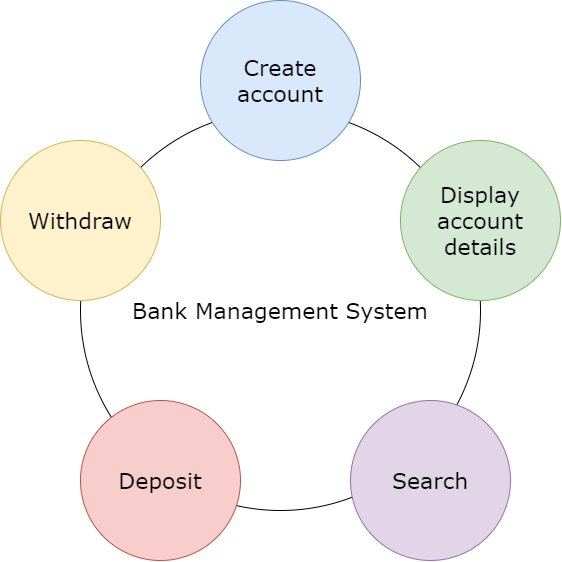
Before: 1_Requirements/system.png, a diagram exported from draw.io (priyankabb153/LTTS_Mini_project). Source tidied: cells renumbered, new cells last; positions are measured from the earlier drawing's top-left corner, leaving out a move shared by most shapes.
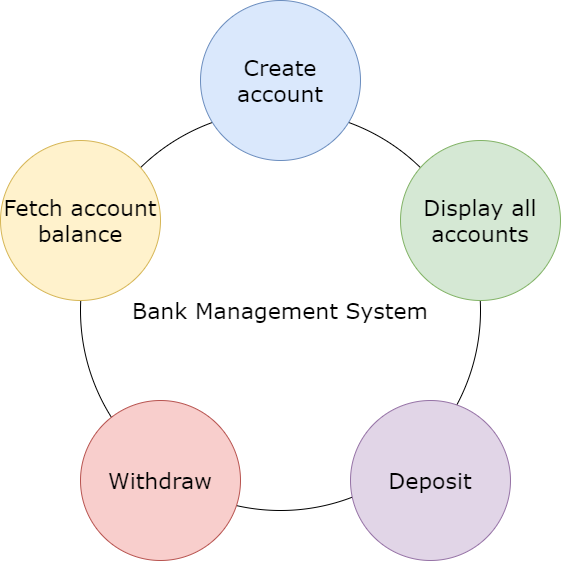
Above is the later version.

Diff of the diagram source:
```diff
@@ -8,16 +8,16 @@
     <mxCell id="3" value="Create account" style="ellipse;whiteSpace=wrap;html=1;rounded=0;shadow=0;dashed=0;comic=0;fontFamily=Verdana;fontSize=22;fillColor=#dae8fc;strokeColor=#6c8ebf;" parent="1" vertex="1">
       <mxGeometry x="200" width="160" height="160" as="geometry" />
     </mxCell>
-    <mxCell id="4" value="Withdraw" style="ellipse;whiteSpace=wrap;html=1;rounded=0;shadow=0;dashed=0;comic=0;fontFamily=Verdana;fontSize=22;fillColor=#fff2cc;strokeColor=#d6b656;" parent="1" vertex="1">
+    <mxCell id="4" value="Fetch account balance" style="ellipse;whiteSpace=wrap;html=1;rounded=0;shadow=0;dashed=0;comic=0;fontFamily=Verdana;fontSize=22;fillColor=#fff2cc;strokeColor=#d6b656;" parent="1" vertex="1">
       <mxGeometry y="140" width="160" height="160" as="geometry" />
     </mxCell>
-    <mxCell id="5" value="Display account details" style="ellipse;whiteSpace=wrap;html=1;rounded=0;shadow=0;dashed=0;comic=0;fontFamily=Verdana;fontSize=22;fillColor=#d5e8d4;strokeColor=#82b366;" parent="1" vertex="1">
+    <mxCell id="5" value="Display all accounts" style="ellipse;whiteSpace=wrap;html=1;rounded=0;shadow=0;dashed=0;comic=0;fontFamily=Verdana;fontSize=22;fillColor=#d5e8d4;strokeColor=#82b366;" parent="1" vertex="1">
       <mxGeometry x="400" y="140" width="160" height="160" as="geometry" />
     </mxCell>
-    <mxCell id="6" value="Search" style="ellipse;whiteSpace=wrap;html=1;rounded=0;shadow=0;dashed=0;comic=0;fontFamily=Verdana;fontSize=22;fillColor=#e1d5e7;strokeColor=#9673a6;" parent="1" vertex="1">
+    <mxCell id="6" value="Deposit" style="ellipse;whiteSpace=wrap;html=1;rounded=0;shadow=0;dashed=0;comic=0;fontFamily=Verdana;fontSize=22;fillColor=#e1d5e7;strokeColor=#9673a6;" parent="1" vertex="1">
       <mxGeometry x="350" y="400" width="160" height="160" as="geometry" />
     </mxCell>
-    <mxCell id="7" value="Deposit" style="ellipse;whiteSpace=wrap;html=1;rounded=0;shadow=0;dashed=0;comic=0;fontFamily=Verdana;fontSize=22;fillColor=#f8cecc;strokeColor=#b85450;" parent="1" vertex="1">
+    <mxCell id="7" value="Withdraw" style="ellipse;whiteSpace=wrap;html=1;rounded=0;shadow=0;dashed=0;comic=0;fontFamily=Verdana;fontSize=22;fillColor=#f8cecc;strokeColor=#b85450;" parent="1" vertex="1">
       <mxGeometry x="80" y="400" width="160" height="160" as="geometry" />
     </mxCell>
   </root>
```
